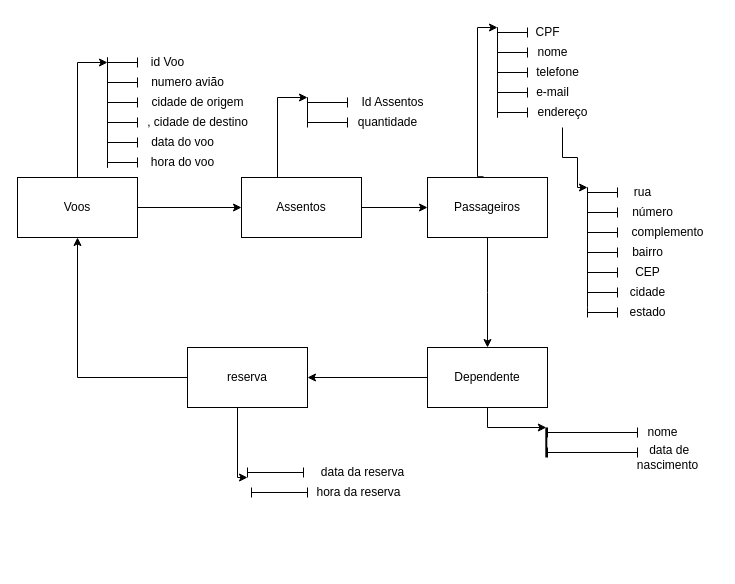
The draw.io diagram Diagrama sem nome.drawio in Taisalvess/Banco-De-Dados-Uninter, before the edit. Source tidied: cells renumbered, new cells numbered last; positions are measured from the earlier drawing's top-left corner, leaving out a move shared by most shapes. Both pictures are drawn from the tidied source at 100%, with x=0, y=0 at pixel (17, 17).
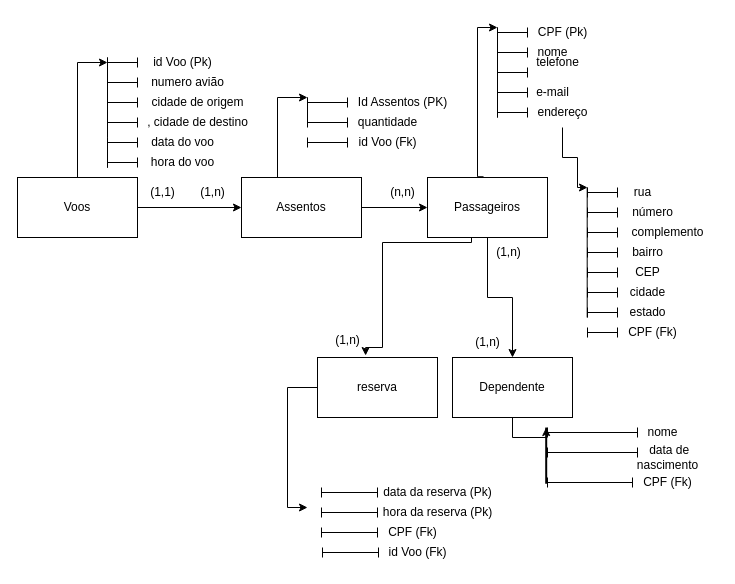
Above is the later version.

Unchanged cells that the change refers to:
```xml
<mxCell id="4" value="Voos" style="rounded=0;whiteSpace=wrap;html=1;" parent="1" vertex="1">
  <mxGeometry y="160" width="120" height="60" as="geometry" />
</mxCell>
<mxCell id="7" value="Passageiros" style="rounded=0;whiteSpace=wrap;html=1;" parent="1" vertex="1">
  <mxGeometry x="410" y="160" width="120" height="60" as="geometry" />
</mxCell>
```

Diff of the diagram source:
```diff
@@
-    <mxCell id="5" style="edgeStyle=orthogonalEdgeStyle;rounded=0;jettySize=auto;html=1;" parent="1" edge="1" source="7">
-      <mxGeometry relative="1" as="geometry">
-        <mxPoint x="470" y="330" as="targetPoint" />
-      </mxGeometry>
-    </mxCell>
@@
+    <mxCell id="71" style="edgeStyle=orthogonalEdgeStyle;rounded=0;jettySize=auto;html=1;entryX=0.5;entryY=0;entryDx=0;entryDy=0;" parent="1" edge="1" source="7" target="10">
+      <mxGeometry relative="1" as="geometry" />
+    </mxCell>
+    <mxCell id="72" style="edgeStyle=orthogonalEdgeStyle;rounded=0;jettySize=auto;html=1;entryX=0.401;entryY=-0.033;entryDx=0;entryDy=0;entryPerimeter=0;" parent="1" edge="1" target="66">
+      <mxGeometry relative="1" as="geometry">
+        <mxPoint x="454" y="215" as="sourcePoint" />
+        <Array as="points">
+          <mxPoint x="454" y="225" />
+          <mxPoint x="365" y="225" />
+          <mxPoint x="365" y="330" />
+          <mxPoint x="348" y="330" />
+        </Array>
+      </mxGeometry>
+    </mxCell>
@@
-    <mxCell id="9" style="edgeStyle=orthogonalEdgeStyle;rounded=0;jettySize=auto;html=1;" parent="1" edge="1" source="10">
-      <mxGeometry relative="1" as="geometry">
-        <mxPoint x="290" y="360" as="targetPoint" />
-      </mxGeometry>
-    </mxCell>
     <mxCell id="10" value="Dependente" style="rounded=0;whiteSpace=wrap;html=1;" parent="1" vertex="1">
-      <mxGeometry x="410" y="330" width="120" height="60" as="geometry" />
+      <mxGeometry x="435" y="340" width="120" height="60" as="geometry" />
     </mxCell>
@@
-    <mxCell id="13" value="id Voo" style="text;html=1;align=center;verticalAlign=middle;strokeColor=none;fillColor=none;" parent="1" vertex="1">
-      <mxGeometry x="120" y="30" width="60" height="30" as="geometry" />
+    <mxCell id="13" value="id Voo (Pk)" style="text;html=1;align=center;verticalAlign=middle;strokeColor=none;fillColor=none;" parent="1" vertex="1">
+      <mxGeometry x="125" y="30" width="80" height="30" as="geometry" />
     </mxCell>
@@
-    <mxCell id="29" value="Id Assentos" style="text;html=1;align=center;verticalAlign=middle;strokeColor=none;fillColor=none;" parent="1" vertex="1">
-      <mxGeometry x="330" y="70" width="90" height="30" as="geometry" />
+    <mxCell id="29" value="Id Assentos (PK)" style="text;html=1;align=center;verticalAlign=middle;strokeColor=none;fillColor=none;" parent="1" vertex="1">
+      <mxGeometry x="330" y="70" width="110" height="30" as="geometry" />
     </mxCell>
@@
-    <mxCell id="38" value="CPF" style="text;html=1;align=center;verticalAlign=middle;strokeColor=none;fillColor=none;" parent="1" vertex="1">
-      <mxGeometry x="505" width="50" height="30" as="geometry" />
+    <mxCell id="38" value="CPF (Pk)" style="text;html=1;align=center;verticalAlign=middle;strokeColor=none;fillColor=none;" parent="1" vertex="1">
+      <mxGeometry x="510" width="70" height="30" as="geometry" />
     </mxCell>
@@
     <mxCell id="40" value="telefone" style="text;html=1;align=center;verticalAlign=middle;strokeColor=none;fillColor=none;" parent="1" vertex="1">
-      <mxGeometry x="505" y="40" width="70" height="30" as="geometry" />
+      <mxGeometry x="505" y="30" width="70" height="30" as="geometry" />
     </mxCell>
@@
     <mxCell id="48" style="endArrow=none;html=1;rounded=0;" parent="1" edge="1">
       <mxGeometry relative="1" as="geometry">
-        <mxPoint x="570" y="290" as="sourcePoint" />
-        <mxPoint x="570" y="170" as="targetPoint" />
+        <mxPoint x="569.7" y="300" as="sourcePoint" />
+        <mxPoint x="569.7" y="170" as="targetPoint" />
       </mxGeometry>
     </mxCell>
@@
     <mxCell id="59" style="line;strokeWidth=2;html=1;rotation=90;" parent="1" vertex="1">
-      <mxGeometry x="513.8" y="421.2" width="30" height="7.5" as="geometry" />
+      <mxGeometry x="500.6" y="434.4" width="56.2" height="7.5" as="geometry" />
     </mxCell>
@@
-    <mxCell id="64" style="edgeStyle=orthogonalEdgeStyle;rounded=0;jettySize=auto;html=1;" parent="1" edge="1" source="66">
-      <mxGeometry relative="1" as="geometry">
-        <mxPoint x="230" y="460" as="targetPoint" />
-        <Array as="points">
-          <mxPoint x="220" y="460" />
-        </Array>
-      </mxGeometry>
-    </mxCell>
-    <mxCell id="65" style="edgeStyle=orthogonalEdgeStyle;rounded=0;jettySize=auto;html=1;entryX=0.5;entryY=1;entryDx=0;entryDy=0;" parent="1" edge="1" source="66" target="4">
-      <mxGeometry relative="1" as="geometry" />
-    </mxCell>
+    <mxCell id="73" style="edgeStyle=orthogonalEdgeStyle;rounded=0;jettySize=auto;html=1;" parent="1" edge="1" source="66">
+      <mxGeometry relative="1" as="geometry">
+        <mxPoint x="290" y="490" as="targetPoint" />
+        <Array as="points">
+          <mxPoint x="270" y="370" />
+          <mxPoint x="270" y="490" />
+        </Array>
+      </mxGeometry>
+    </mxCell>
     <mxCell id="66" value="reserva" style="rounded=0;whiteSpace=wrap;html=1;" parent="1" vertex="1">
-      <mxGeometry x="170" y="330" width="120" height="60" as="geometry" />
+      <mxGeometry x="300" y="340" width="120" height="60" as="geometry" />
     </mxCell>
-    <mxCell id="67" value="data da reserva" style="text;html=1;align=center;verticalAlign=middle;strokeColor=none;fillColor=none;" parent="1" vertex="1">
-      <mxGeometry x="290" y="440" width="110" height="30" as="geometry" />
+    <mxCell id="67" value="data da reserva (Pk)" style="text;html=1;align=center;verticalAlign=middle;strokeColor=none;fillColor=none;" parent="1" vertex="1">
+      <mxGeometry x="355" y="460" width="130" height="30" as="geometry" />
     </mxCell>
-    <mxCell id="68" value="hora da reserva" style="text;html=1;align=center;verticalAlign=middle;strokeColor=none;fillColor=none;" parent="1" vertex="1">
-      <mxGeometry x="286" y="460" width="110" height="30" as="geometry" />
+    <mxCell id="68" value="hora da reserva (Pk)" style="text;html=1;align=center;verticalAlign=middle;strokeColor=none;fillColor=none;" parent="1" vertex="1">
+      <mxGeometry x="355" y="480" width="130" height="30" as="geometry" />
     </mxCell>
     <mxCell id="69" style="shape=crossbar;whiteSpace=wrap;html=1;rounded=1;" parent="1" vertex="1">
-      <mxGeometry x="234" y="470" width="56" height="10" as="geometry" />
+      <mxGeometry x="304" y="490" width="56" height="10" as="geometry" />
     </mxCell>
     <mxCell id="70" style="shape=crossbar;whiteSpace=wrap;html=1;rounded=1;" parent="1" vertex="1">
-      <mxGeometry x="230" y="450" width="56" height="10" as="geometry" />
+      <mxGeometry x="304" y="470" width="56" height="10" as="geometry" />
     </mxCell>
+    <mxCell id="74" value="id Voo (Fk)" style="text;html=1;align=center;verticalAlign=middle;strokeColor=none;fillColor=none;" parent="1" vertex="1">
+      <mxGeometry x="330" y="110" width="80" height="30" as="geometry" />
+    </mxCell>
+    <mxCell id="75" style="shape=crossbar;whiteSpace=wrap;html=1;rounded=1;" parent="1" vertex="1">
+      <mxGeometry x="290" y="120" width="40" height="10" as="geometry" />
+    </mxCell>
+    <mxCell id="76" style="shape=crossbar;whiteSpace=wrap;html=1;rounded=1;strokeWidth=1;perimeterSpacing=0;gradientColor=none;" parent="1" vertex="1">
+      <mxGeometry x="570" y="310" width="30" height="10" as="geometry" />
+    </mxCell>
+    <mxCell id="77" value="CPF (Fk)" style="text;html=1;align=center;verticalAlign=middle;strokeColor=none;fillColor=none;" parent="1" vertex="1">
+      <mxGeometry x="600" y="300" width="70" height="30" as="geometry" />
+    </mxCell>
+    <mxCell id="78" value="CPF (Fk)" style="text;html=1;align=center;verticalAlign=middle;strokeColor=none;fillColor=none;" parent="1" vertex="1">
+      <mxGeometry x="615" y="450" width="70" height="30" as="geometry" />
+    </mxCell>
+    <mxCell id="79" style="shape=crossbar;whiteSpace=wrap;html=1;rounded=1;strokeWidth=1;perimeterSpacing=0;gradientColor=none;" parent="1" vertex="1">
+      <mxGeometry x="530" y="460" width="85" height="10" as="geometry" />
+    </mxCell>
+    <mxCell id="80" value="(1,1)" style="text;html=1;align=center;verticalAlign=middle;strokeColor=none;fillColor=none;" parent="1" vertex="1">
+      <mxGeometry x="120" y="160" width="50" height="30" as="geometry" />
+    </mxCell>
+    <mxCell id="81" value="(1,n)" style="text;html=1;align=center;verticalAlign=middle;strokeColor=none;fillColor=none;" parent="1" vertex="1">
+      <mxGeometry x="170" y="160" width="50" height="30" as="geometry" />
+    </mxCell>
+    <mxCell id="82" value="(n,n)" style="text;html=1;align=center;verticalAlign=middle;strokeColor=none;fillColor=none;" parent="1" vertex="1">
+      <mxGeometry x="360" y="160" width="50" height="30" as="geometry" />
+    </mxCell>
+    <mxCell id="83" value="(1,n)" style="text;html=1;align=center;verticalAlign=middle;strokeColor=none;fillColor=none;" parent="1" vertex="1">
+      <mxGeometry x="466" y="220" width="50" height="30" as="geometry" />
+    </mxCell>
+    <mxCell id="84" value="(1,n)" style="text;html=1;align=center;verticalAlign=middle;strokeColor=none;fillColor=none;" parent="1" vertex="1">
+      <mxGeometry x="445" y="310" width="50" height="30" as="geometry" />
+    </mxCell>
+    <mxCell id="85" value="(1,n)" style="text;html=1;align=center;verticalAlign=middle;strokeColor=none;fillColor=none;" parent="1" vertex="1">
+      <mxGeometry x="305" y="308" width="50" height="30" as="geometry" />
+    </mxCell>
+    <mxCell id="86" style="shape=crossbar;whiteSpace=wrap;html=1;rounded=1;" parent="1" vertex="1">
+      <mxGeometry x="304" y="510" width="56" height="10" as="geometry" />
+    </mxCell>
+    <mxCell id="87" value="CPF (Fk)" style="text;html=1;align=center;verticalAlign=middle;strokeColor=none;fillColor=none;" parent="1" vertex="1">
+      <mxGeometry x="360" y="500" width="70" height="30" as="geometry" />
+    </mxCell>
+    <mxCell id="88" style="shape=crossbar;whiteSpace=wrap;html=1;rounded=1;" parent="1" vertex="1">
+      <mxGeometry x="305" y="530" width="56" height="10" as="geometry" />
+    </mxCell>
+    <mxCell id="89" value="id Voo (Fk)" style="text;html=1;align=center;verticalAlign=middle;strokeColor=none;fillColor=none;" parent="1" vertex="1">
+      <mxGeometry x="360" y="520" width="80" height="30" as="geometry" />
+    </mxCell>
```
